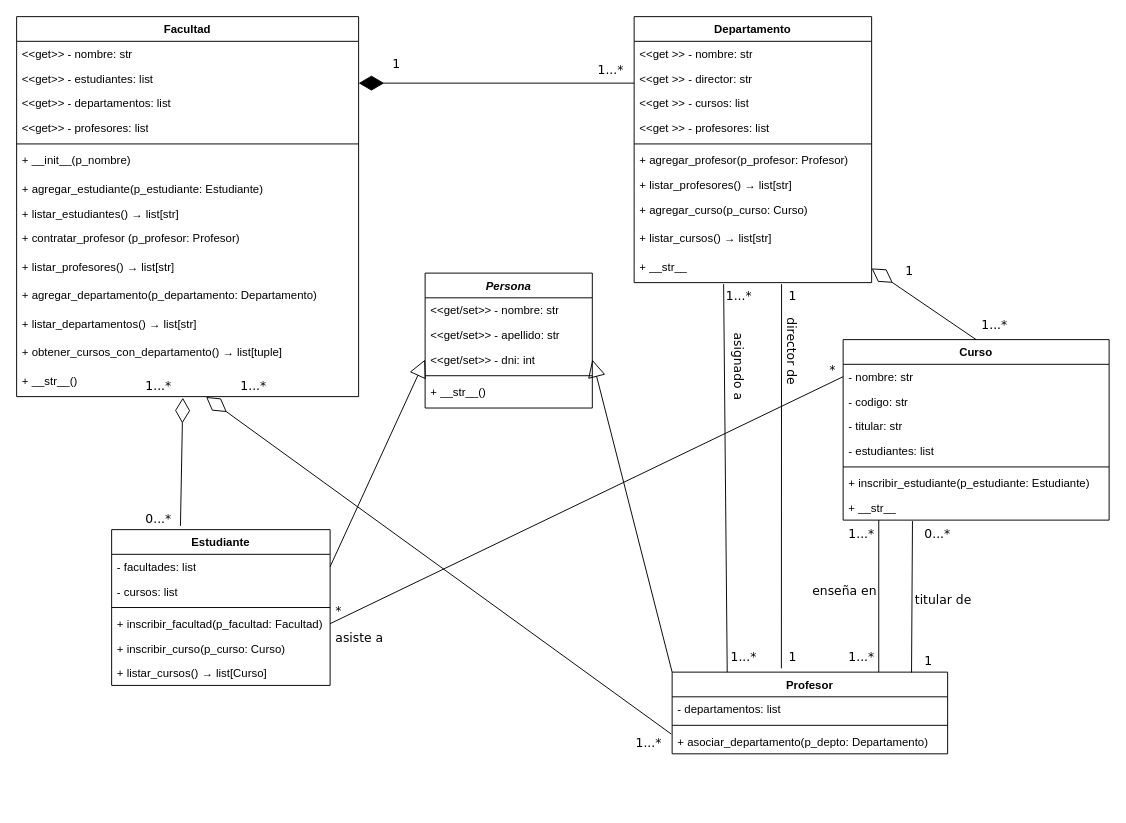
FelipeCarrozzo/prog_avanzada keeps this draw.io diagram as TrabajoPractico_2/proyecto1/docs/diagrama_UML_p1.drawio. Above is the earlier version. Source tidied: cells renumbered, new cells numbered last; positions are measured from the earlier drawing's top-left corner, leaving out a move shared by most shapes. Both pictures are drawn from the tidied source at 95%, with x=0, y=0 at pixel (16, 16).
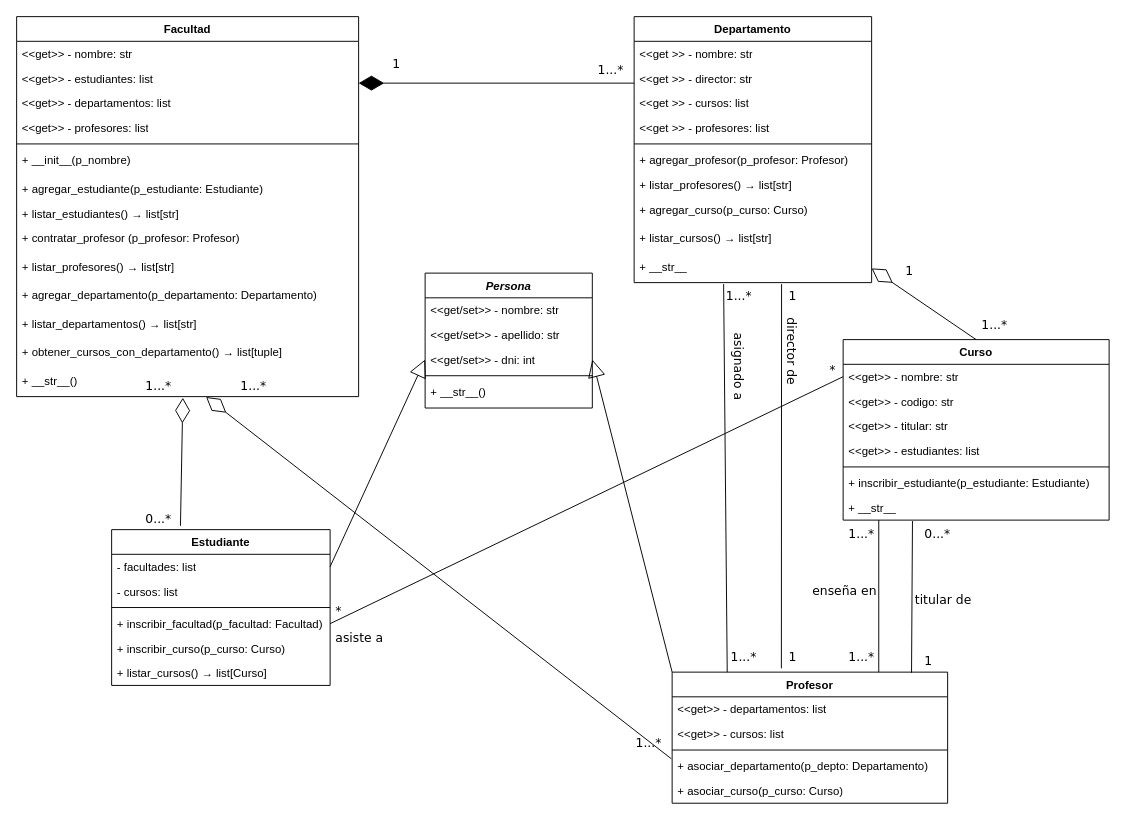
After the change.

Commit message (it also covers changes not shown here):
correcciones diagrama

The change refers to these unchanged cells:
```xml
<mxCell id="35" value="Curso" style="swimlane;fontStyle=1;align=center;verticalAlign=top;horizontal=1;startSize=26;whiteSpace=wrap;html=1;" parent="1" vertex="1">
  <mxGeometry x="870" y="340" width="280" height="190" as="geometry" />
</mxCell>
```

What changed in the source:
```diff
@@
-    <mxCell id="36" value="- nombre: str" style="text;strokeColor=none;fillColor=none;align=left;verticalAlign=top;spacingLeft=4;spacingRight=4;overflow=hidden;points=[[0,0.5],[1,0.5]];portConstraint=eastwest;whiteSpace=wrap;html=1;" parent="35" vertex="1">
+    <mxCell id="36" value="&amp;lt;&amp;lt;get&amp;gt;&amp;gt; - nombre: str" style="text;strokeColor=none;fillColor=none;align=left;verticalAlign=top;spacingLeft=4;spacingRight=4;overflow=hidden;points=[[0,0.5],[1,0.5]];portConstraint=eastwest;whiteSpace=wrap;html=1;" parent="35" vertex="1">
       <mxGeometry y="26" width="280" height="26" as="geometry" />
     </mxCell>
-    <mxCell id="37" value="- codigo: str" style="text;strokeColor=none;fillColor=none;align=left;verticalAlign=top;spacingLeft=4;spacingRight=4;overflow=hidden;whiteSpace=wrap;html=1;" parent="35" vertex="1">
+    <mxCell id="37" value="&amp;lt;&amp;lt;get&amp;gt;&amp;gt; - codigo: str" style="text;strokeColor=none;fillColor=none;align=left;verticalAlign=top;spacingLeft=4;spacingRight=4;overflow=hidden;whiteSpace=wrap;html=1;" parent="35" vertex="1">
       <mxGeometry y="52" width="280" height="26" as="geometry" />
     </mxCell>
-    <mxCell id="38" value="- titular: str" style="text;strokeColor=none;fillColor=none;align=left;verticalAlign=top;spacingLeft=4;spacingRight=4;overflow=hidden;whiteSpace=wrap;html=1;" parent="35" vertex="1">
+    <mxCell id="38" value="&lt;span style=&quot;color: rgb(0, 0, 0);&quot;&gt;&amp;lt;&amp;lt;get&amp;gt;&amp;gt;&amp;nbsp;&lt;/span&gt;- titular: str" style="text;strokeColor=none;fillColor=none;align=left;verticalAlign=top;spacingLeft=4;spacingRight=4;overflow=hidden;whiteSpace=wrap;html=1;" parent="35" vertex="1">
       <mxGeometry y="78" width="280" height="26" as="geometry" />
     </mxCell>
-    <mxCell id="39" value="- estudiantes: list" style="text;strokeColor=none;fillColor=none;align=left;verticalAlign=top;spacingLeft=4;spacingRight=4;overflow=hidden;whiteSpace=wrap;html=1;" parent="35" vertex="1">
+    <mxCell id="39" value="&lt;span style=&quot;color: rgb(0, 0, 0);&quot;&gt;&amp;lt;&amp;lt;get&amp;gt;&amp;gt;&amp;nbsp;&lt;/span&gt;- estudiantes: list" style="text;strokeColor=none;fillColor=none;align=left;verticalAlign=top;spacingLeft=4;spacingRight=4;overflow=hidden;whiteSpace=wrap;html=1;" parent="35" vertex="1">
       <mxGeometry y="104" width="280" height="26" as="geometry" />
     </mxCell>
@@
     <mxCell id="43" value="Profesor" style="swimlane;fontStyle=1;align=center;verticalAlign=top;horizontal=1;startSize=26;whiteSpace=wrap;html=1;" parent="1" vertex="1">
-      <mxGeometry x="690" y="690" width="290" height="86" as="geometry" />
+      <mxGeometry x="690" y="690" width="290" height="138" as="geometry" />
     </mxCell>
-    <mxCell id="44" value="- departamentos: list" style="text;strokeColor=none;fillColor=none;align=left;verticalAlign=top;spacingLeft=4;spacingRight=4;overflow=hidden;whiteSpace=wrap;html=1;" parent="43" vertex="1">
+    <mxCell id="44" value="&amp;lt;&amp;lt;get&amp;gt;&amp;gt; - departamentos: list" style="text;strokeColor=none;fillColor=none;align=left;verticalAlign=top;spacingLeft=4;spacingRight=4;overflow=hidden;whiteSpace=wrap;html=1;" parent="43" vertex="1">
       <mxGeometry y="26" width="290" height="26" as="geometry" />
     </mxCell>
+    <mxCell id="87" value="&amp;lt;&amp;lt;get&amp;gt;&amp;gt; - cursos: list" style="text;strokeColor=none;fillColor=none;align=left;verticalAlign=top;spacingLeft=4;spacingRight=4;overflow=hidden;whiteSpace=wrap;html=1;" parent="43" vertex="1">
+      <mxGeometry y="52" width="290" height="26" as="geometry" />
+    </mxCell>
     <mxCell id="45" style="line;strokeWidth=1;fillColor=none;align=left;verticalAlign=middle;spacingTop=-1;spacingLeft=3;spacingRight=3;labelPosition=right;strokeColor=inherit;" parent="43" vertex="1">
-      <mxGeometry y="52" width="290" height="8" as="geometry" />
+      <mxGeometry y="78" width="290" height="8" as="geometry" />
     </mxCell>
     <mxCell id="46" value="+ asociar_departamento(p_depto: Departamento)" style="text;strokeColor=none;fillColor=none;align=left;verticalAlign=top;spacingLeft=4;spacingRight=4;overflow=hidden;points=[[0,0.5],[1,0.5]];portConstraint=eastwest;whiteSpace=wrap;html=1;" parent="43" vertex="1">
-      <mxGeometry y="60" width="290" height="26" as="geometry" />
+      <mxGeometry y="86" width="290" height="26" as="geometry" />
     </mxCell>
+    <mxCell id="88" value="+ asociar_curso(p_curso: Curso)" style="text;strokeColor=none;fillColor=none;align=left;verticalAlign=top;spacingLeft=4;spacingRight=4;overflow=hidden;whiteSpace=wrap;html=1;" parent="43" vertex="1">
+      <mxGeometry y="112" width="290" height="26" as="geometry" />
+    </mxCell>
```
